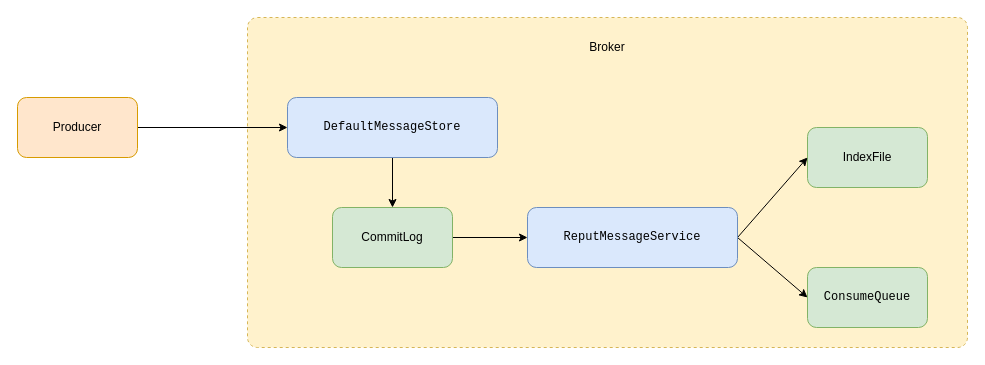
Before: rocketmq/broker消息存储流程.drawio in erlieStar/diagrams, a draw.io diagram. Source tidied: cells renumbered, new cells numbered last; positions are measured from the earlier drawing's top-left corner, leaving out a move shared by most shapes. Both pictures are drawn from the tidied source at 100%, with x=0, y=0 at pixel (17, 17).
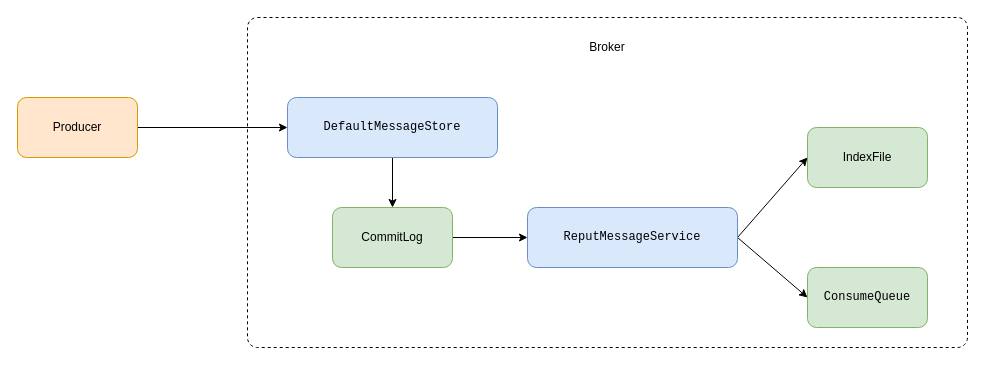
The same diagram, later.

Commit message:
Update broker消息存储流程.drawio

The edit, as a diff of the source:
```diff
@@
 <mxGraphModel>
   <root>
     <mxCell id="0" />
     <mxCell id="1" parent="0" />
-    <mxCell id="2" style="html=1;align=center;verticalAlign=top;rounded=1;absoluteArcSize=1;arcSize=20;dashed=1;fillColor=#fff2cc;strokeColor=#d6b656;" parent="1" vertex="1">
+    <mxCell id="2" style="html=1;align=center;verticalAlign=top;rounded=1;absoluteArcSize=1;arcSize=20;dashed=1;" parent="1" vertex="1">
       <mxGeometry x="230" width="720" height="330" as="geometry" />
     </mxCell>
     <mxCell id="3" value="IndexFile" style="rounded=1;whiteSpace=wrap;html=1;fillColor=#d5e8d4;strokeColor=#82b366;" parent="1" vertex="1">
       <mxGeometry x="790" y="110" width="120" height="60" as="geometry" />
     </mxCell>
     <mxCell id="4" value="&lt;pre&gt;ConsumeQueue&lt;/pre&gt;" style="rounded=1;whiteSpace=wrap;html=1;fillColor=#d5e8d4;strokeColor=#82b366;" parent="1" vertex="1">
       <mxGeometry x="790" y="250" width="120" height="60" as="geometry" />
     </mxCell>
     <mxCell id="5" style="edgeStyle=orthogonalEdgeStyle;rounded=0;jettySize=auto;html=1;exitX=0.5;exitY=1;exitDx=0;exitDy=0;" parent="1" edge="1" source="6" target="13">
       <mxGeometry relative="1" as="geometry" />
     </mxCell>
     <mxCell id="6" value="&lt;pre&gt;DefaultMessageStore&lt;/pre&gt;" style="rounded=1;whiteSpace=wrap;html=1;fillColor=#dae8fc;strokeColor=#6c8ebf;" parent="1" vertex="1">
       <mxGeometry x="270" y="80" width="210" height="60" as="geometry" />
     </mxCell>
     <mxCell id="7" style="rounded=0;jettySize=auto;html=1;exitX=1;exitY=0.5;exitDx=0;exitDy=0;entryX=0;entryY=0.5;entryDx=0;entryDy=0;" parent="1" edge="1" source="9" target="3">
       <mxGeometry relative="1" as="geometry" />
     </mxCell>
     <mxCell id="8" style="rounded=0;jettySize=auto;html=1;exitX=1;exitY=0.5;exitDx=0;exitDy=0;entryX=0;entryY=0.5;entryDx=0;entryDy=0;" parent="1" edge="1" source="9" target="4">
       <mxGeometry relative="1" as="geometry" />
     </mxCell>
     <mxCell id="9" value="&lt;pre&gt;&lt;pre&gt;ReputMessageService&lt;/pre&gt;&lt;/pre&gt;" style="rounded=1;whiteSpace=wrap;html=1;fillColor=#dae8fc;strokeColor=#6c8ebf;" parent="1" vertex="1">
       <mxGeometry x="510" y="190" width="210" height="60" as="geometry" />
     </mxCell>
     <mxCell id="10" style="edgeStyle=orthogonalEdgeStyle;rounded=0;jettySize=auto;html=1;exitX=1;exitY=0.5;exitDx=0;exitDy=0;" parent="1" edge="1" source="11" target="6">
       <mxGeometry relative="1" as="geometry" />
     </mxCell>
     <mxCell id="11" value="Producer" style="rounded=1;whiteSpace=wrap;html=1;fillColor=#ffe6cc;strokeColor=#d79b00;" parent="1" vertex="1">
       <mxGeometry y="80" width="120" height="60" as="geometry" />
     </mxCell>
     <mxCell id="12" style="edgeStyle=orthogonalEdgeStyle;rounded=0;jettySize=auto;html=1;exitX=1;exitY=0.5;exitDx=0;exitDy=0;entryX=0;entryY=0.5;entryDx=0;entryDy=0;" parent="1" edge="1" source="13" target="9">
       <mxGeometry relative="1" as="geometry" />
     </mxCell>
     <mxCell id="13" value="CommitLog" style="rounded=1;whiteSpace=wrap;html=1;fillColor=#d5e8d4;strokeColor=#82b366;" parent="1" vertex="1">
       <mxGeometry x="315" y="190" width="120" height="60" as="geometry" />
     </mxCell>
     <mxCell id="14" value="Broker" style="text;html=1;strokeColor=none;fillColor=none;align=center;verticalAlign=middle;whiteSpace=wrap;rounded=0;" parent="1" vertex="1">
       <mxGeometry x="570" y="20" width="40" height="20" as="geometry" />
     </mxCell>
   </root>
 </mxGraphModel>
```
